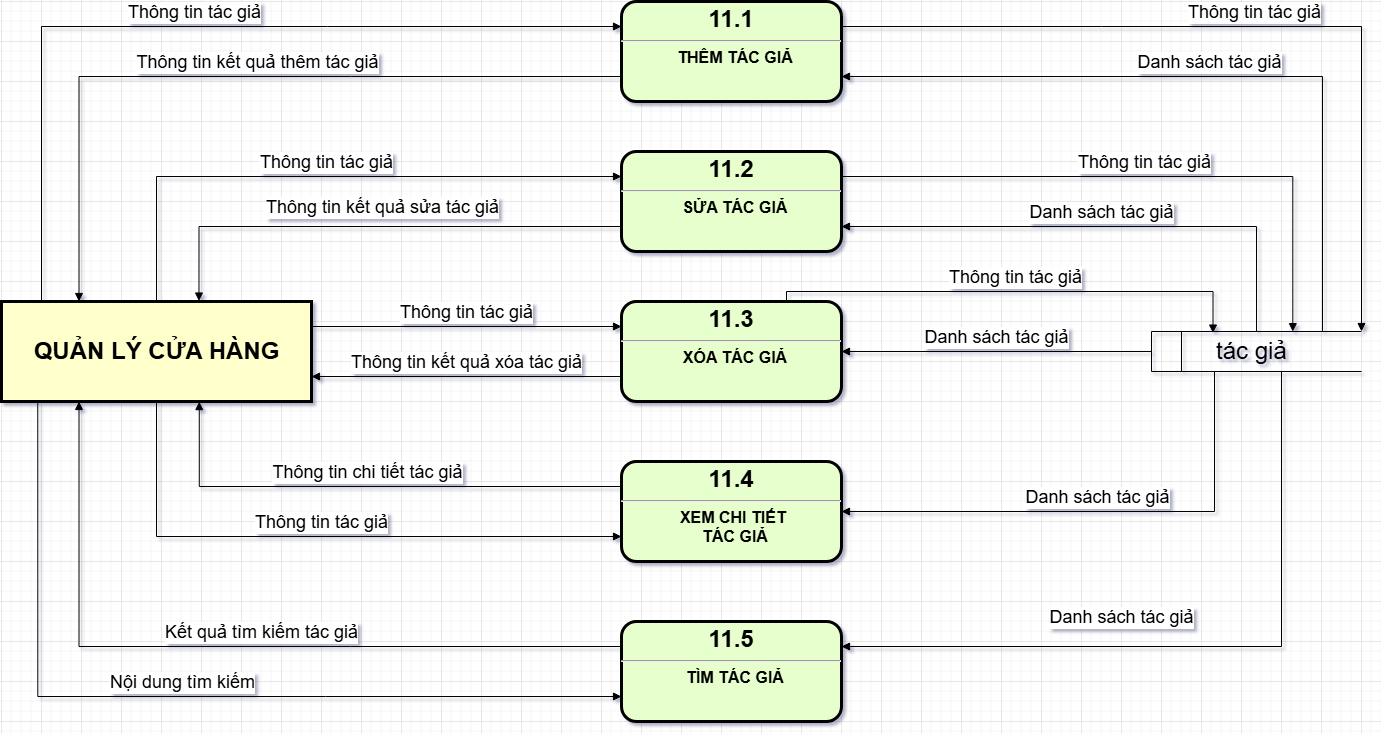
Above: DFD/DFD_TG_2.drawio.png in phanvu1/PTTKHTTT (draw.io), before the change. Source tidied: cells renumbered, new cells last; positions are measured from the earlier drawing's top-left corner, leaving out a move shared by most shapes.
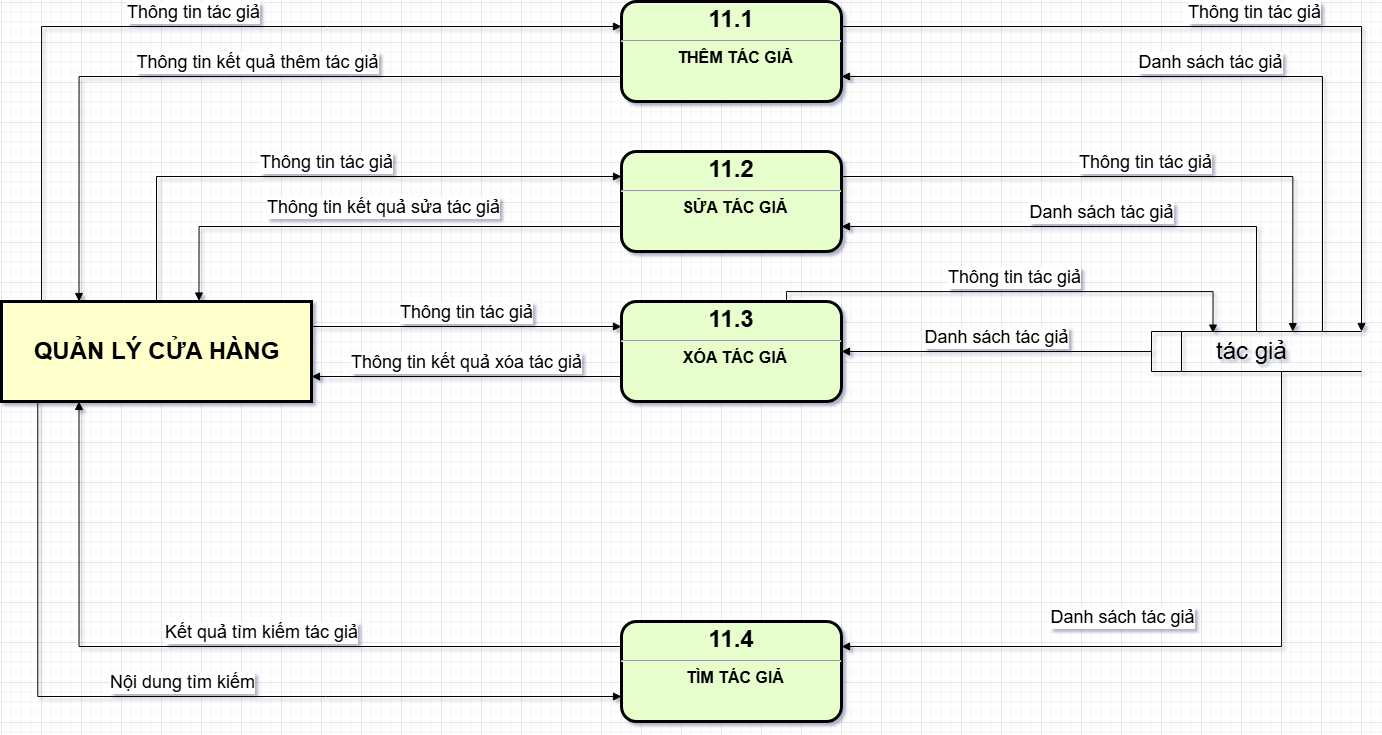
After the commit.

Diff of the diagram source:
```diff
@@ -34,10 +34,7 @@
     <mxCell id="10" value="&lt;p style=&quot;margin: 4px 0px 0px; text-align: center;&quot;&gt;&lt;span style=&quot;font-size: 24px;&quot;&gt;11.3&lt;/span&gt;&lt;/p&gt;&lt;hr&gt;&lt;p style=&quot;margin: 0px; margin-left: 8px;&quot;&gt;&lt;font size=&quot;3&quot;&gt;XÓA TÁC GIẢ&lt;/font&gt;&lt;/p&gt;" style="verticalAlign=middle;align=center;overflow=fill;fontSize=12;fontFamily=Helvetica;html=1;rounded=1;fontStyle=1;strokeWidth=3;fillColor=#E6FFCC;" parent="1" vertex="1">
       <mxGeometry x="620" y="300" width="220" height="100" as="geometry" />
     </mxCell>
-    <mxCell id="11" value="&lt;p style=&quot;margin: 4px 0px 0px; text-align: center;&quot;&gt;&lt;span style=&quot;font-size: 24px;&quot;&gt;11.4&lt;/span&gt;&lt;/p&gt;&lt;hr&gt;&lt;p style=&quot;margin: 0px; margin-left: 8px;&quot;&gt;&lt;font size=&quot;3&quot;&gt;XEM CHI TIẾT&amp;nbsp;&lt;/font&gt;&lt;/p&gt;&lt;p style=&quot;margin: 0px; margin-left: 8px;&quot;&gt;&lt;font size=&quot;3&quot;&gt;TÁC GIẢ&lt;/font&gt;&lt;/p&gt;" style="verticalAlign=middle;align=center;overflow=fill;fontSize=12;fontFamily=Helvetica;html=1;rounded=1;fontStyle=1;strokeWidth=3;fillColor=#E6FFCC;" parent="1" vertex="1">
-      <mxGeometry x="620" y="460" width="220" height="100" as="geometry" />
-    </mxCell>
-    <mxCell id="12" value="&lt;p style=&quot;margin: 4px 0px 0px; text-align: center;&quot;&gt;&lt;span style=&quot;font-size: 24px;&quot;&gt;11.5&lt;/span&gt;&lt;/p&gt;&lt;hr&gt;&lt;p style=&quot;margin: 0px; margin-left: 8px;&quot;&gt;&lt;font size=&quot;3&quot;&gt;TÌM TÁC GIẢ&lt;/font&gt;&lt;/p&gt;" style="verticalAlign=middle;align=center;overflow=fill;fontSize=12;fontFamily=Helvetica;html=1;rounded=1;fontStyle=1;strokeWidth=3;fillColor=#E6FFCC;" parent="1" vertex="1">
+    <mxCell id="12" value="&lt;p style=&quot;margin: 4px 0px 0px; text-align: center;&quot;&gt;&lt;span style=&quot;font-size: 24px;&quot;&gt;11.4&lt;/span&gt;&lt;/p&gt;&lt;hr&gt;&lt;p style=&quot;margin: 0px; margin-left: 8px;&quot;&gt;&lt;font size=&quot;3&quot;&gt;TÌM TÁC GIẢ&lt;/font&gt;&lt;/p&gt;" style="verticalAlign=middle;align=center;overflow=fill;fontSize=12;fontFamily=Helvetica;html=1;rounded=1;fontStyle=1;strokeWidth=3;fillColor=#E6FFCC;" parent="1" vertex="1">
       <mxGeometry x="620" y="620" width="220" height="100" as="geometry" />
     </mxCell>
     <mxCell id="13" value="&lt;font style=&quot;font-size: 18px;&quot;&gt;Thông tin tác giả&lt;/font&gt;" style="html=1;verticalAlign=bottom;endArrow=block;rounded=0;entryX=0;entryY=0.25;entryDx=0;entryDy=0;exitX=0.5;exitY=0;exitDx=0;exitDy=0;edgeStyle=orthogonalEdgeStyle;" parent="1" edge="1" source="4" target="9">
@@ -52,12 +49,6 @@
     <mxCell id="16" value="&lt;font style=&quot;font-size: 18px;&quot;&gt;Thông tin kết quả xóa tác giả&lt;/font&gt;" style="html=1;verticalAlign=bottom;endArrow=block;curved=0;rounded=0;entryX=1;entryY=0.75;entryDx=0;entryDy=0;exitX=0;exitY=0.75;exitDx=0;exitDy=0;" parent="1" edge="1" source="10" target="4">
       <mxGeometry relative="1" as="geometry" />
     </mxCell>
-    <mxCell id="17" value="&lt;font style=&quot;font-size: 18px;&quot;&gt;Thông tin tác giả&lt;/font&gt;" style="html=1;verticalAlign=bottom;endArrow=block;rounded=0;exitX=0.5;exitY=1;exitDx=0;exitDy=0;entryX=0;entryY=0.75;entryDx=0;entryDy=0;edgeStyle=orthogonalEdgeStyle;" parent="1" edge="1" source="4" target="11">
-      <mxGeometry relative="1" as="geometry" />
-    </mxCell>
-    <mxCell id="18" value="&lt;font style=&quot;font-size: 18px;&quot;&gt;Thông tin chi tiết tác giả&lt;/font&gt;" style="html=1;verticalAlign=bottom;endArrow=block;rounded=0;entryX=0.638;entryY=1.001;entryDx=0;entryDy=0;entryPerimeter=0;exitX=0;exitY=0.25;exitDx=0;exitDy=0;edgeStyle=orthogonalEdgeStyle;" parent="1" edge="1" source="11" target="4">
-      <mxGeometry relative="1" as="geometry" />
-    </mxCell>
     <mxCell id="19" value="&lt;font style=&quot;font-size: 18px;&quot;&gt;Kết quả tìm kiếm tác giả&lt;/font&gt;" style="html=1;verticalAlign=bottom;endArrow=block;rounded=0;entryX=0.25;entryY=1;entryDx=0;entryDy=0;exitX=0;exitY=0.25;exitDx=0;exitDy=0;edgeStyle=orthogonalEdgeStyle;" parent="1" edge="1" source="12" target="4">
       <mxGeometry x="-0.09" relative="1" as="geometry" />
     </mxCell>
@@ -96,14 +87,6 @@
     <mxCell id="26" value="&lt;span style=&quot;font-size: 18px;&quot;&gt;Danh sách tác giả&lt;/span&gt;" style="html=1;verticalAlign=bottom;endArrow=block;curved=0;rounded=0;entryX=1;entryY=0.5;entryDx=0;entryDy=0;exitX=0;exitY=0.5;exitDx=0;exitDy=0;" parent="1" edge="1" source="6" target="10">
       <mxGeometry relative="1" as="geometry" />
     </mxCell>
-    <mxCell id="27" value="&lt;span style=&quot;font-size: 18px;&quot;&gt;Danh sách tác giả&lt;/span&gt;" style="html=1;verticalAlign=bottom;endArrow=block;rounded=0;entryX=1;entryY=0.5;entryDx=0;entryDy=0;edgeStyle=orthogonalEdgeStyle;" parent="1" edge="1" target="11">
-      <mxGeometry relative="1" as="geometry">
-        <mxPoint x="1213" y="370" as="sourcePoint" />
-        <Array as="points">
-          <mxPoint x="1213" y="510" />
-        </Array>
-      </mxGeometry>
-    </mxCell>
     <mxCell id="28" value="&lt;span style=&quot;font-size: 18px;&quot;&gt;Danh sách tác giả&lt;/span&gt;" style="html=1;verticalAlign=bottom;endArrow=block;rounded=0;entryX=1;entryY=0.25;entryDx=0;entryDy=0;edgeStyle=orthogonalEdgeStyle;exitX=0.619;exitY=1;exitDx=0;exitDy=0;exitPerimeter=0;" parent="1" edge="1" source="6" target="12">
       <mxGeometry x="0.22" y="-15" relative="1" as="geometry">
         <Array as="points">
```
